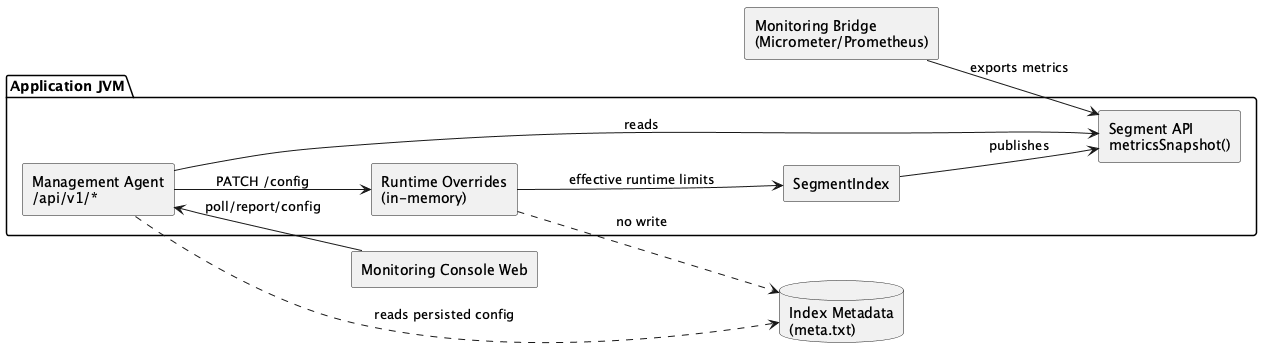
Before: architecture/monitoring/images/monitoring-runtime-flow.png, a diagram exported from PlantUML (jajir/HestiaStore). Source of this version:
```plantuml
@startuml monitoring-runtime-flow
skinparam componentStyle rectangle
skinparam shadowing false
left to right direction

package "Application JVM" {
  [SegmentIndex]
  [Segment API\nmetricsSnapshot()]
  [Management Agent\n/api/v1/*]
  [Runtime Overrides\n(in-memory)]

  [SegmentIndex] --> [Segment API\nmetricsSnapshot()] : publishes
  [Management Agent\n/api/v1/*] --> [Segment API\nmetricsSnapshot()] : reads
  [Management Agent\n/api/v1/*] --> [Runtime Overrides\n(in-memory)] : PATCH /config
  [Runtime Overrides\n(in-memory)] --> [SegmentIndex] : effective runtime limits
}

[Monitoring Bridge\n(Micrometer/Prometheus)] --> [Segment API\nmetricsSnapshot()] : exports metrics
[Monitoring Console Web] -up-> [Management Agent\n/api/v1/*] : poll/report/config

database "Index Metadata\n(meta.txt)" as Meta
[Management Agent\n/api/v1/*] ..> Meta : reads persisted config
[Runtime Overrides\n(in-memory)] ..> Meta : no write

@enduml
```
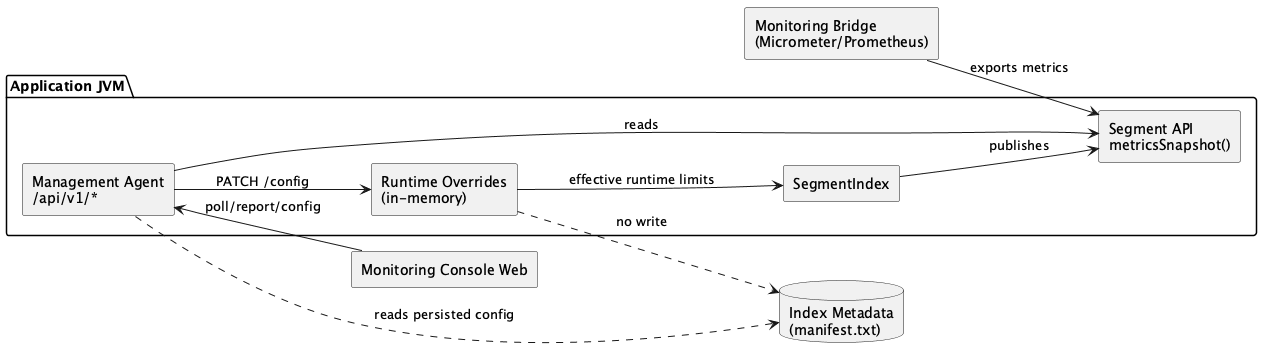
The same file after the commit.

What changed in the source:
```diff
@@ -18,7 +18,7 @@
 [Monitoring Bridge\n(Micrometer/Prometheus)] --> [Segment API\nmetricsSnapshot()] : exports metrics
 [Monitoring Console Web] -up-> [Management Agent\n/api/v1/*] : poll/report/config
 
-database "Index Metadata\n(meta.txt)" as Meta
+database "Index Metadata\n(manifest.txt)" as Meta
 [Management Agent\n/api/v1/*] ..> Meta : reads persisted config
 [Runtime Overrides\n(in-memory)] ..> Meta : no write
 
```
